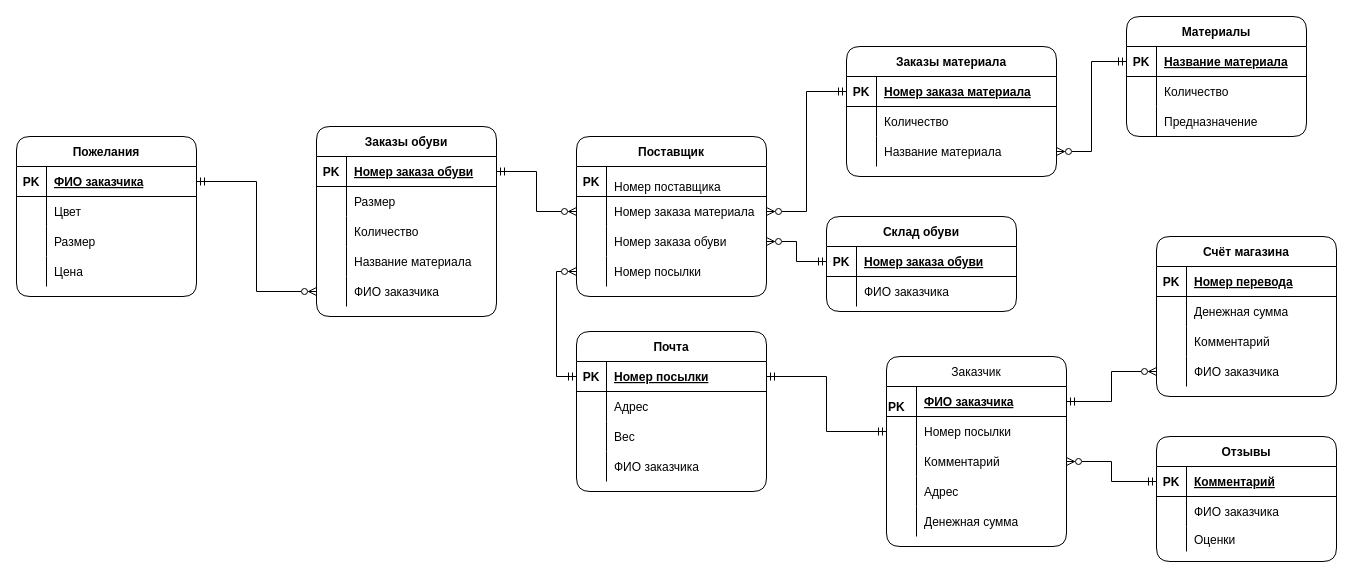
Earlier version of the draw.io diagram Er.drawio (MorozovStanislav/Repozitory). Source tidied: cells renumbered, new cells numbered last; positions are measured from the earlier drawing's top-left corner, leaving out a move shared by most shapes. Both pictures are drawn from the tidied source at 100%, with x=0, y=0 at pixel (16, 16).
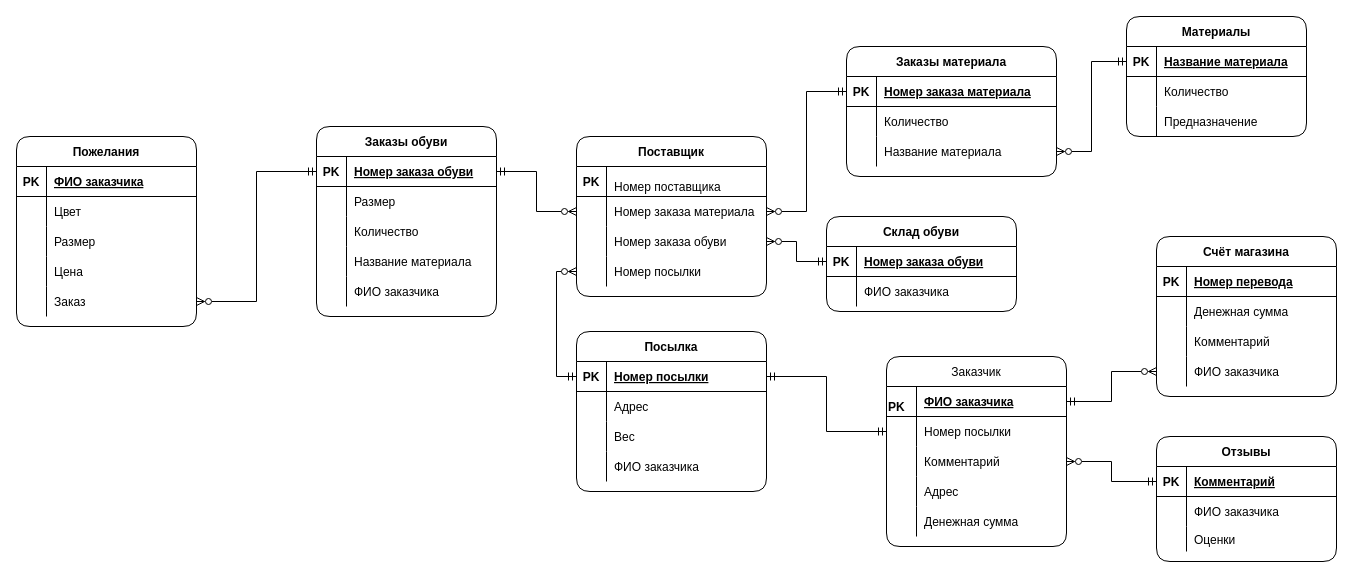
The same diagram, later.

The change refers to these unchanged cells:
```xml
<mxCell id="3" style="shape=partialRectangle;fillColor=none;top=0;left=0;bottom=1;right=0;points=[[0,0.5],[1,0.5]];portConstraint=eastwest;" parent="2" vertex="1">
  <mxGeometry y="30" width="180" height="30" as="geometry" />
</mxCell>
<mxCell id="15" style="shape=partialRectangle;fillColor=none;top=0;left=0;bottom=0;right=0;points=[[0,0.5],[1,0.5]];portConstraint=eastwest;" parent="2" vertex="1">
  <mxGeometry y="150" width="180" height="30" as="geometry" />
</mxCell>
<mxCell id="29" style="shape=partialRectangle;fillColor=none;top=0;left=0;bottom=1;right=0;points=[[0,0.5],[1,0.5]];portConstraint=eastwest;" parent="28" vertex="1">
  <mxGeometry y="30" width="180" height="30" as="geometry" />
</mxCell>
```

What changed in the source:
```diff
@@
     <mxCell id="28" value="Пожелания" style="shape=table;startSize=30;childLayout=tableLayout;rowLines=0;fontStyle=1;align=center;rounded=1;" parent="1" vertex="1">
-      <mxGeometry y="120" width="180" height="160" as="geometry" />
+      <mxGeometry y="120" width="180" height="190" as="geometry" />
     </mxCell>
@@
+    <mxCell id="135" style="shape=partialRectangle;fillColor=none;top=0;left=0;bottom=0;right=0;points=[[0,0.5],[1,0.5]];portConstraint=eastwest;" parent="28" vertex="1">
+      <mxGeometry y="150" width="180" height="30" as="geometry" />
+    </mxCell>
+    <mxCell id="136" style="shape=partialRectangle;fillColor=none;top=0;left=0;bottom=0;right=0;overflow=hidden;" parent="135" vertex="1">
+      <mxGeometry width="30" height="30" as="geometry" />
+    </mxCell>
+    <mxCell id="137" value="Заказ" style="shape=partialRectangle;fillColor=none;top=0;left=0;bottom=0;right=0;align=left;spacingLeft=6;overflow=hidden;" parent="135" vertex="1">
+      <mxGeometry x="30" width="150" height="30" as="geometry" />
+    </mxCell>
@@
-    <mxCell id="84" value="Почта" style="shape=table;startSize=30;childLayout=tableLayout;rowLines=0;fontStyle=1;align=center;fillColor=default;swimlaneFillColor=none;perimeterSpacing=0;sketch=0;rounded=1;" parent="1" vertex="1">
+    <mxCell id="84" value="Посылка" style="shape=table;startSize=30;childLayout=tableLayout;rowLines=0;fontStyle=1;align=center;fillColor=default;swimlaneFillColor=none;perimeterSpacing=0;sketch=0;rounded=1;" parent="1" vertex="1">
       <mxGeometry x="560" y="315" width="190" height="160" as="geometry" />
     </mxCell>
@@
-    <mxCell id="113" style="edgeStyle=orthogonalEdgeStyle;rounded=0;jettySize=auto;html=1;startArrow=ERmandOne;startFill=0;endArrow=ERzeroToMany;endFill=0;" parent="1" edge="1" source="29" target="15">
-      <mxGeometry relative="1" as="geometry" />
-    </mxCell>
@@
+    <mxCell id="113" style="edgeStyle=orthogonalEdgeStyle;rounded=0;jettySize=auto;html=1;startArrow=ERmandOne;startFill=0;endArrow=ERzeroToMany;endFill=0;exitX=0;exitY=0.5;exitDx=0;exitDy=0;" parent="1" edge="1" source="3" target="135">
+      <mxGeometry relative="1" as="geometry" />
+    </mxCell>
```
